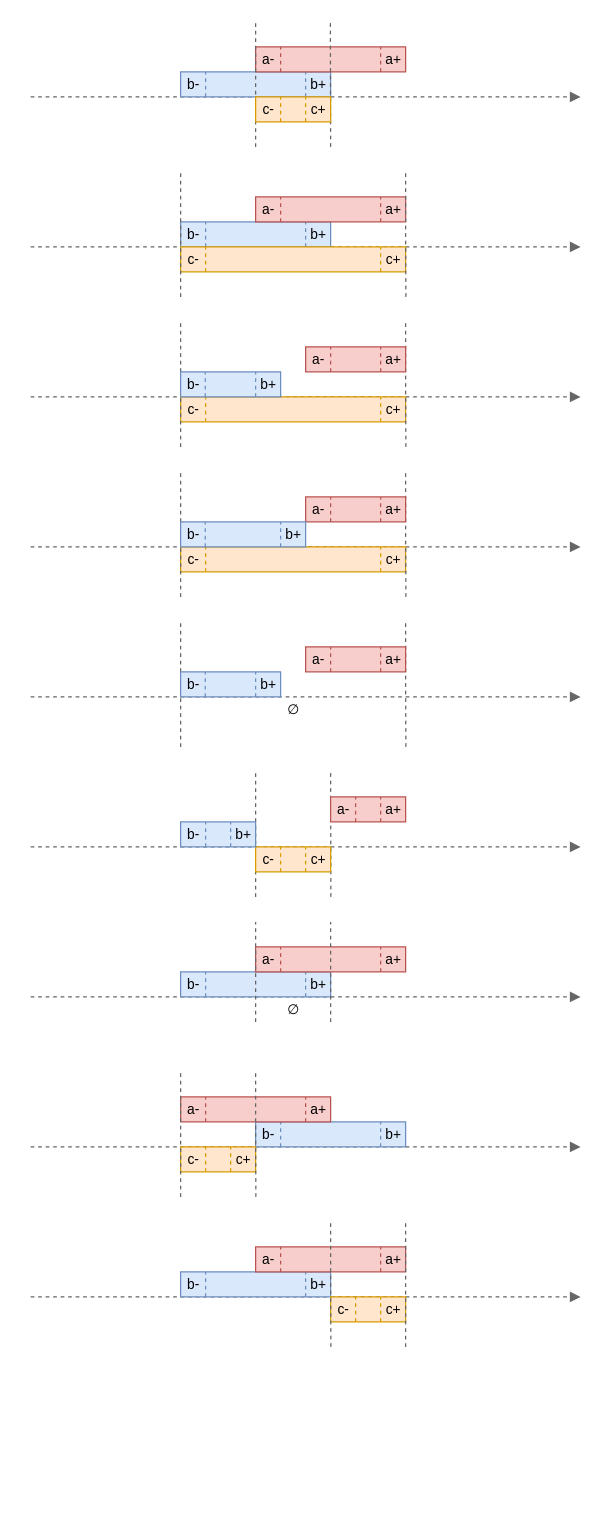
The draw.io diagram page "Algorithms" (5 of 5) of res/resources.drawio in gchudnov/mindthegap, before the edit. Source tidied: cells renumbered, new cells numbered last; positions are measured from the earlier drawing's top-left corner, leaving out a move shared by most shapes. Both pictures are drawn from the tidied source at 125%, with x=0, y=0 at pixel (30, 21).
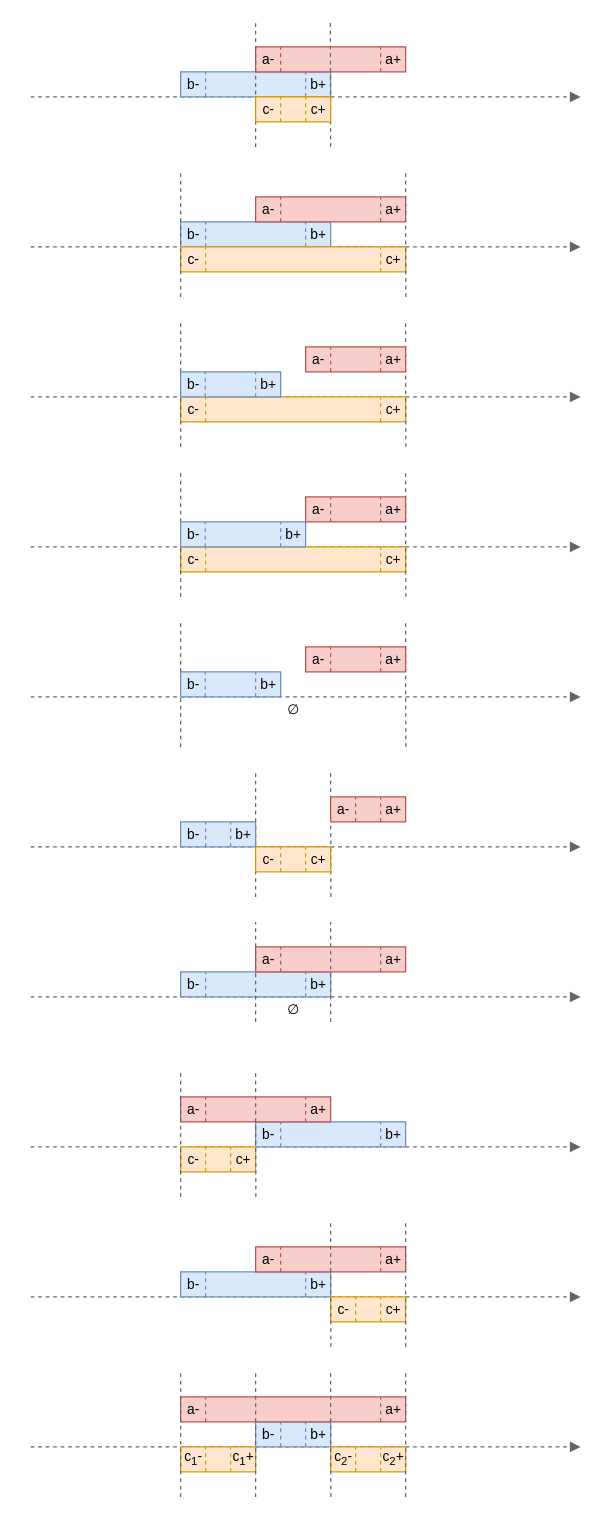
Above is the later version.

Change to the diagram source:
```diff
@@
+    <mxCell id="178" style="endArrow=block;html=1;fontSize=12;strokeWidth=1;fillColor=#f5f5f5;strokeColor=#666666;endFill=1;dashed=1;" parent="1" edge="1">
+      <mxGeometry relative="1" as="geometry">
+        <mxPoint y="1140" as="sourcePoint" />
+        <mxPoint x="440" y="1140" as="targetPoint" />
+      </mxGeometry>
+    </mxCell>
+    <mxCell id="179" style="group;" parent="1" vertex="1">
+      <mxGeometry x="240" y="1140" width="60" height="20" as="geometry" />
+    </mxCell>
+    <mxCell id="180" style="rounded=0;whiteSpace=wrap;html=1;fontSize=12;strokeWidth=1;fillColor=#ffe6cc;strokeColor=#d79b00;" parent="179" vertex="1">
+      <mxGeometry width="60" height="20" as="geometry" />
+    </mxCell>
+    <mxCell id="181" value="&lt;p style=&quot;line-height: 1.2&quot;&gt;c&lt;sub&gt;2&lt;/sub&gt;-&lt;/p&gt;" style="text;html=1;strokeColor=none;fillColor=none;align=center;verticalAlign=middle;rounded=0;fontSize=11;labelPosition=center;verticalLabelPosition=middle;horizontal=1;" parent="179" vertex="1">
+      <mxGeometry width="20" height="20" as="geometry" />
+    </mxCell>
+    <mxCell id="182" value="c&lt;sub&gt;2&lt;/sub&gt;+" style="text;html=1;strokeColor=none;fillColor=none;align=center;verticalAlign=middle;rounded=0;fontSize=11;spacing=2;" parent="179" vertex="1">
+      <mxGeometry x="40" width="20" height="20" as="geometry" />
+    </mxCell>
+    <mxCell id="183" style="endArrow=none;dashed=1;html=1;strokeWidth=1;fontSize=11;fillColor=#ffe6cc;strokeColor=#d79b00;" parent="179" edge="1">
+      <mxGeometry relative="1" as="geometry">
+        <mxPoint x="40" y="20" as="sourcePoint" />
+        <mxPoint x="40" as="targetPoint" />
+      </mxGeometry>
+    </mxCell>
+    <mxCell id="184" style="endArrow=none;dashed=1;html=1;strokeWidth=1;fontSize=11;fillColor=#ffe6cc;strokeColor=#d79b00;" parent="179" edge="1">
+      <mxGeometry relative="1" as="geometry">
+        <mxPoint x="20" y="20" as="sourcePoint" />
+        <mxPoint x="20" as="targetPoint" />
+      </mxGeometry>
+    </mxCell>
+    <mxCell id="185" style="group;" parent="1" vertex="1">
+      <mxGeometry x="180" y="1120" width="60" height="20" as="geometry" />
+    </mxCell>
+    <mxCell id="186" style="rounded=0;whiteSpace=wrap;html=1;fontSize=12;strokeWidth=1;fillColor=#dae8fc;strokeColor=#6c8ebf;" parent="185" vertex="1">
+      <mxGeometry width="60" height="20" as="geometry" />
+    </mxCell>
+    <mxCell id="187" value="b-" style="text;html=1;strokeColor=none;fillColor=none;align=center;verticalAlign=middle;rounded=0;fontSize=11;" parent="185" vertex="1">
+      <mxGeometry width="20" height="20" as="geometry" />
+    </mxCell>
+    <mxCell id="188" value="b+" style="text;strokeColor=none;fillColor=none;align=center;verticalAlign=middle;rounded=0;fontSize=11;html=1;spacing=2;" parent="185" vertex="1">
+      <mxGeometry x="40" width="20" height="20" as="geometry" />
+    </mxCell>
+    <mxCell id="189" style="endArrow=none;dashed=1;html=1;strokeWidth=1;fontSize=11;fillColor=#dae8fc;strokeColor=#6c8ebf;" parent="185" edge="1">
+      <mxGeometry relative="1" as="geometry">
+        <mxPoint x="40" y="20" as="sourcePoint" />
+        <mxPoint x="40" as="targetPoint" />
+      </mxGeometry>
+    </mxCell>
+    <mxCell id="190" style="endArrow=none;dashed=1;html=1;strokeWidth=1;fontSize=11;fillColor=#dae8fc;strokeColor=#6c8ebf;" parent="185" edge="1">
+      <mxGeometry relative="1" as="geometry">
+        <mxPoint x="20" y="20" as="sourcePoint" />
+        <mxPoint x="20" as="targetPoint" />
+      </mxGeometry>
+    </mxCell>
+    <mxCell id="191" style="rounded=0;whiteSpace=wrap;html=1;fontSize=12;strokeWidth=1;fillColor=#f8cecc;strokeColor=#b85450;" parent="1" vertex="1">
+      <mxGeometry x="120" y="1100" width="180" height="20" as="geometry" />
+    </mxCell>
+    <mxCell id="192" value="&lt;p style=&quot;line-height: 1.2&quot;&gt;a-&lt;/p&gt;" style="text;html=1;strokeColor=none;fillColor=none;align=center;verticalAlign=middle;rounded=0;fontSize=11;labelPosition=center;verticalLabelPosition=middle;horizontal=1;" parent="1" vertex="1">
+      <mxGeometry x="120" y="1100" width="20" height="20" as="geometry" />
+    </mxCell>
+    <mxCell id="193" value="a+" style="text;html=1;strokeColor=none;fillColor=none;align=center;verticalAlign=middle;rounded=0;fontSize=11;spacing=2;" parent="1" vertex="1">
+      <mxGeometry x="280" y="1100" width="20" height="20" as="geometry" />
+    </mxCell>
+    <mxCell id="194" style="endArrow=none;dashed=1;html=1;strokeWidth=1;fontSize=11;fillColor=#f8cecc;strokeColor=#b85450;" parent="1" edge="1">
+      <mxGeometry relative="1" as="geometry">
+        <mxPoint x="280" y="1120" as="sourcePoint" />
+        <mxPoint x="280" y="1100" as="targetPoint" />
+      </mxGeometry>
+    </mxCell>
+    <mxCell id="195" style="endArrow=none;dashed=1;html=1;strokeWidth=1;fontSize=11;fillColor=#f8cecc;strokeColor=#b85450;" parent="1" edge="1">
+      <mxGeometry relative="1" as="geometry">
+        <mxPoint x="140" y="1120" as="sourcePoint" />
+        <mxPoint x="140" y="1100" as="targetPoint" />
+      </mxGeometry>
+    </mxCell>
+    <mxCell id="196" style="group;" parent="1" vertex="1">
+      <mxGeometry x="120" y="1140" width="60" height="20" as="geometry" />
+    </mxCell>
+    <mxCell id="197" style="rounded=0;whiteSpace=wrap;html=1;fontSize=12;strokeWidth=1;fillColor=#ffe6cc;strokeColor=#d79b00;" parent="196" vertex="1">
+      <mxGeometry width="60" height="20" as="geometry" />
+    </mxCell>
+    <mxCell id="198" value="&lt;p style=&quot;line-height: 1.2&quot;&gt;c&lt;sub&gt;1&lt;/sub&gt;-&lt;/p&gt;" style="text;html=1;strokeColor=none;fillColor=none;align=center;verticalAlign=middle;rounded=0;fontSize=11;labelPosition=center;verticalLabelPosition=middle;horizontal=1;" parent="196" vertex="1">
+      <mxGeometry width="20" height="20" as="geometry" />
+    </mxCell>
+    <mxCell id="199" value="c&lt;sub&gt;1&lt;/sub&gt;+" style="text;html=1;strokeColor=none;fillColor=none;align=center;verticalAlign=middle;rounded=0;fontSize=11;spacing=2;" parent="196" vertex="1">
+      <mxGeometry x="40" width="20" height="20" as="geometry" />
+    </mxCell>
+    <mxCell id="200" style="endArrow=none;dashed=1;html=1;strokeWidth=1;fontSize=11;fillColor=#ffe6cc;strokeColor=#d79b00;" parent="196" edge="1">
+      <mxGeometry relative="1" as="geometry">
+        <mxPoint x="40" y="20" as="sourcePoint" />
+        <mxPoint x="40" as="targetPoint" />
+      </mxGeometry>
+    </mxCell>
+    <mxCell id="201" style="endArrow=none;dashed=1;html=1;strokeWidth=1;fontSize=11;fillColor=#ffe6cc;strokeColor=#d79b00;" parent="196" edge="1">
+      <mxGeometry relative="1" as="geometry">
+        <mxPoint x="20" y="20" as="sourcePoint" />
+        <mxPoint x="20" as="targetPoint" />
+      </mxGeometry>
+    </mxCell>
+    <mxCell id="202" style="endArrow=none;dashed=1;html=1;strokeWidth=1;fontSize=11;fillColor=#f5f5f5;strokeColor=#666666;" parent="1" edge="1">
+      <mxGeometry relative="1" as="geometry">
+        <mxPoint x="180" y="1180" as="sourcePoint" />
+        <mxPoint x="180" y="1080" as="targetPoint" />
+      </mxGeometry>
+    </mxCell>
+    <mxCell id="203" style="endArrow=none;dashed=1;html=1;strokeWidth=1;fontSize=11;fillColor=#f5f5f5;strokeColor=#666666;" parent="1" edge="1">
+      <mxGeometry relative="1" as="geometry">
+        <mxPoint x="120" y="1180" as="sourcePoint" />
+        <mxPoint x="120" y="1080" as="targetPoint" />
+      </mxGeometry>
+    </mxCell>
+    <mxCell id="204" style="endArrow=none;dashed=1;html=1;strokeWidth=1;fontSize=11;fillColor=#f5f5f5;strokeColor=#666666;" parent="1" edge="1">
+      <mxGeometry relative="1" as="geometry">
+        <mxPoint x="240.2" y="1180" as="sourcePoint" />
+        <mxPoint x="240" y="1080" as="targetPoint" />
+        <Array as="points">
+          <mxPoint x="240" y="1130" />
+        </Array>
+      </mxGeometry>
+    </mxCell>
+    <mxCell id="205" style="endArrow=none;dashed=1;html=1;strokeWidth=1;fontSize=11;fillColor=#f5f5f5;strokeColor=#666666;" parent="1" edge="1">
+      <mxGeometry relative="1" as="geometry">
+        <mxPoint x="300" y="1180" as="sourcePoint" />
+        <mxPoint x="300" y="1080" as="targetPoint" />
+      </mxGeometry>
+    </mxCell>
```
